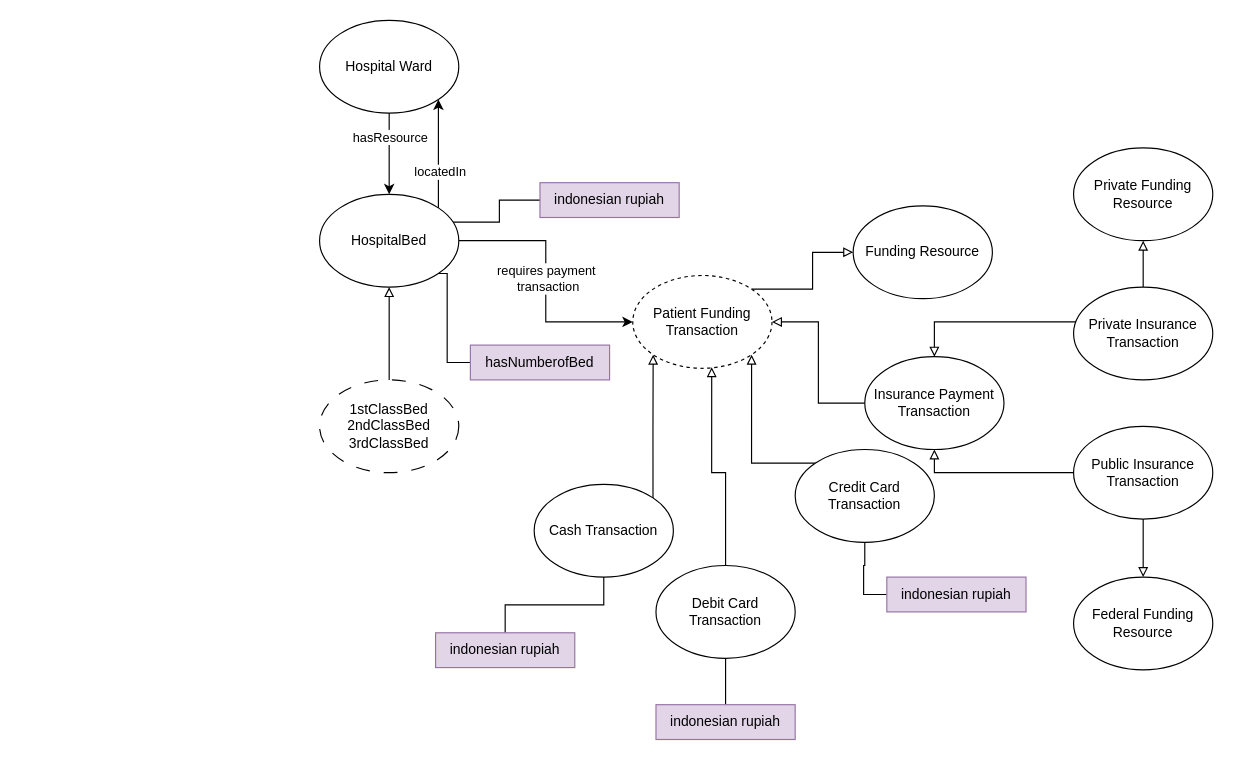
Earlier version of the draw.io diagram page "HospitalBed" (5 of 6) of UPdate_ontology_Diagram_3.1.drawio (irhamniali/OGD_health). Source tidied: cells renumbered, new cells numbered last; positions are measured from the earlier drawing's top-left corner, leaving out a move shared by most shapes. Both pictures are drawn from the tidied source at 116%, with x=0, y=0 at pixel (319, 20).
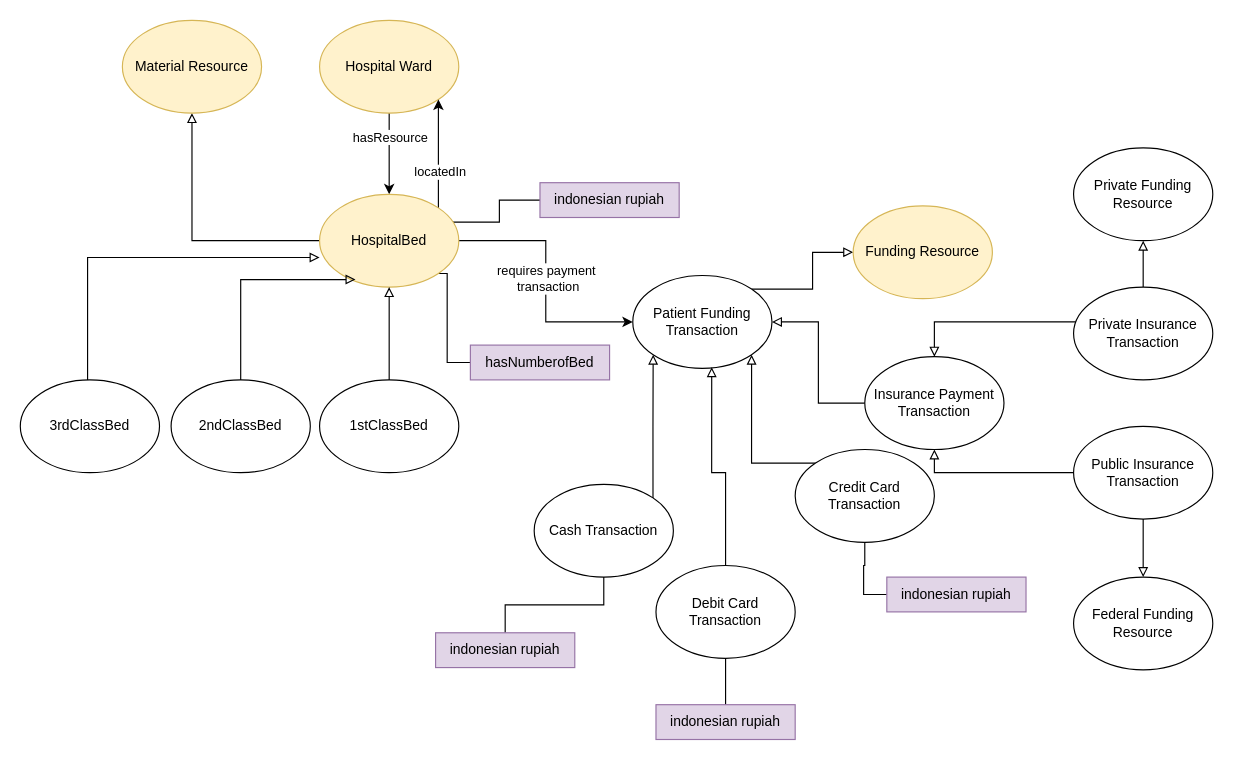
The same diagram, later.

Diff of the diagram source:
```diff
@@
-    <mxCell id="4" value="Hospital Ward" style="ellipse;whiteSpace=wrap;html=1;" parent="1" vertex="1">
+    <mxCell id="4" value="Hospital Ward" style="ellipse;whiteSpace=wrap;html=1;fillColor=#fff2cc;strokeColor=#d6b656;" parent="1" vertex="1">
       <mxGeometry width="120" height="80" as="geometry" />
     </mxCell>
@@
+    <mxCell id="41" style="edgeStyle=orthogonalEdgeStyle;rounded=0;jettySize=auto;html=1;entryX=0.5;entryY=1;entryDx=0;entryDy=0;endArrow=block;endFill=0;" parent="1" edge="1" source="11" target="42">
+      <mxGeometry relative="1" as="geometry" />
+    </mxCell>
-    <mxCell id="11" value="HospitalBed" style="ellipse;whiteSpace=wrap;html=1;" parent="1" vertex="1">
+    <mxCell id="11" value="HospitalBed" style="ellipse;whiteSpace=wrap;html=1;fillColor=#fff2cc;strokeColor=#d6b656;" parent="1" vertex="1">
       <mxGeometry y="150" width="120" height="80" as="geometry" />
     </mxCell>
@@
-    <mxCell id="15" value="Patient Funding Transaction" style="ellipse;whiteSpace=wrap;html=1;dashed=1;" parent="1" vertex="1">
+    <mxCell id="15" value="Patient Funding Transaction" style="ellipse;whiteSpace=wrap;html=1;" parent="1" vertex="1">
       <mxGeometry x="270" y="220" width="120" height="80" as="geometry" />
     </mxCell>
-    <mxCell id="16" value="Funding Resource" style="ellipse;whiteSpace=wrap;html=1;" parent="1" vertex="1">
+    <mxCell id="16" value="Funding Resource" style="ellipse;whiteSpace=wrap;html=1;fillColor=#fff2cc;strokeColor=#d6b656;" parent="1" vertex="1">
       <mxGeometry x="460" y="160" width="120" height="80" as="geometry" />
     </mxCell>
@@
-    <mxCell id="18" value="1stClassBed&lt;br&gt;2ndClassBed&lt;br&gt;3rdClassBed" style="ellipse;whiteSpace=wrap;html=1;dashed=1;dashPattern=12 12;" parent="1" vertex="1">
+    <mxCell id="18" value="1stClassBed" style="ellipse;whiteSpace=wrap;html=1;" parent="1" vertex="1">
       <mxGeometry y="310" width="120" height="80" as="geometry" />
     </mxCell>
@@
+    <mxCell id="42" value="Material Resource" style="ellipse;whiteSpace=wrap;html=1;fillColor=#fff2cc;strokeColor=#d6b656;" parent="1" vertex="1">
+      <mxGeometry x="-170" width="120" height="80" as="geometry" />
+    </mxCell>
+    <mxCell id="43" style="edgeStyle=orthogonalEdgeStyle;rounded=0;jettySize=auto;html=1;entryX=0;entryY=0.681;entryDx=0;entryDy=0;entryPerimeter=0;endArrow=block;endFill=0;" parent="1" edge="1" source="44" target="11">
+      <mxGeometry relative="1" as="geometry">
+        <Array as="points">
+          <mxPoint x="-200" y="205" />
+        </Array>
+      </mxGeometry>
+    </mxCell>
+    <mxCell id="44" value="3rdClassBed" style="ellipse;whiteSpace=wrap;html=1;" parent="1" vertex="1">
+      <mxGeometry x="-258" y="310" width="120" height="80" as="geometry" />
+    </mxCell>
+    <mxCell id="45" style="edgeStyle=orthogonalEdgeStyle;rounded=0;jettySize=auto;html=1;entryX=0.258;entryY=0.919;entryDx=0;entryDy=0;entryPerimeter=0;endArrow=block;endFill=0;" parent="1" edge="1" source="46" target="11">
+      <mxGeometry relative="1" as="geometry">
+        <Array as="points">
+          <mxPoint x="-68" y="224" />
+        </Array>
+      </mxGeometry>
+    </mxCell>
+    <mxCell id="46" value="2ndClassBed" style="ellipse;whiteSpace=wrap;html=1;" parent="1" vertex="1">
+      <mxGeometry x="-128" y="310" width="120" height="80" as="geometry" />
+    </mxCell>
```
